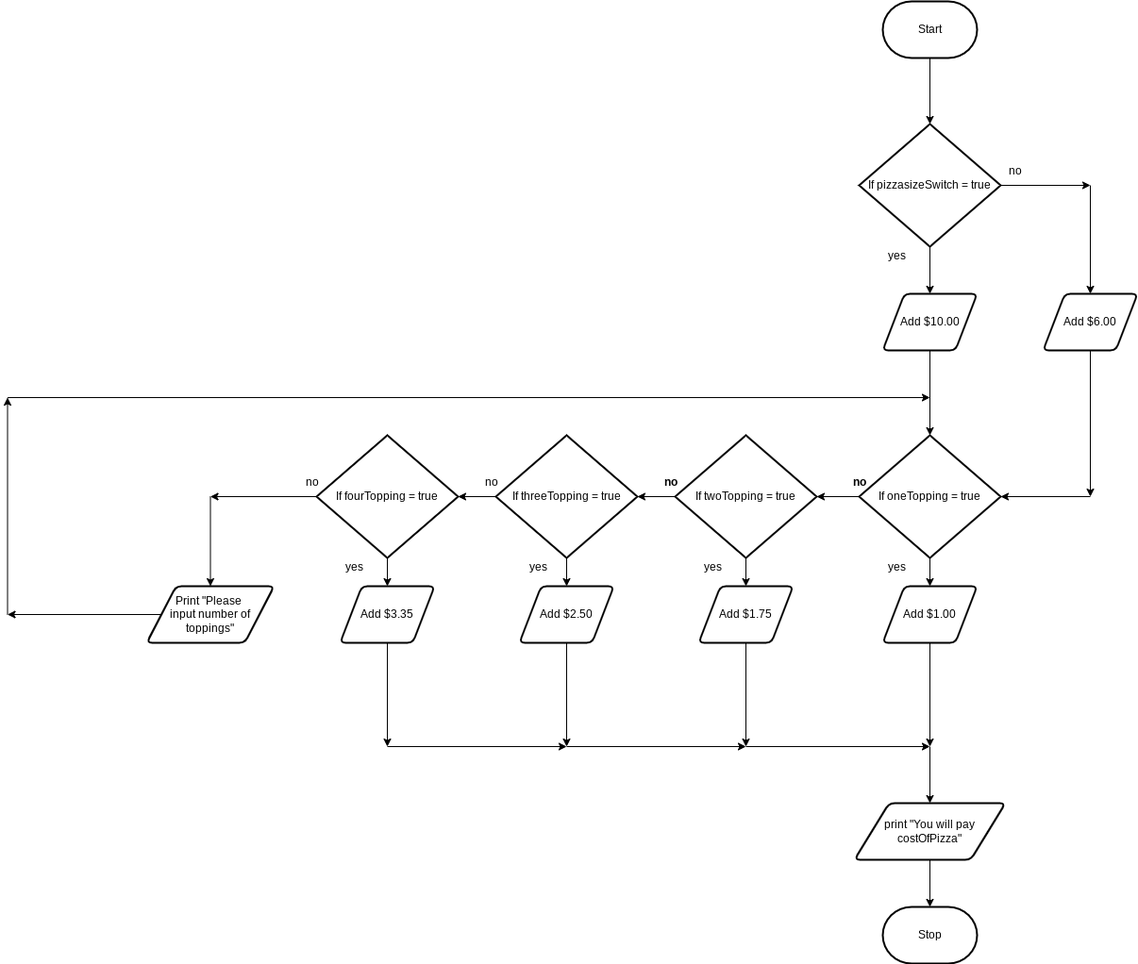
Brayden-Blank/ICS2O-Assignment-4-HTML keeps this draw.io diagram as design/flowchart.png. Above is the earlier version. Source tidied: cells renumbered, new cells last; positions are measured from the earlier drawing's top-left corner, leaving out a move shared by most shapes. Its diagram source:
```xml
<mxGraphModel>
  <root>
    <mxCell id="0" />
    <mxCell id="1" parent="0" />
    <mxCell id="2" style="edgeStyle=none;html=1;" parent="1" edge="1" source="3" target="6">
      <mxGeometry relative="1" as="geometry" />
    </mxCell>
    <mxCell id="3" value="Start" style="strokeWidth=2;html=1;shape=mxgraph.flowchart.terminator;whiteSpace=wrap;" parent="1" vertex="1">
      <mxGeometry x="928" width="100" height="60" as="geometry" />
    </mxCell>
    <mxCell id="4" style="edgeStyle=none;html=1;" parent="1" edge="1" source="6">
      <mxGeometry relative="1" as="geometry">
        <mxPoint x="1148" y="195" as="targetPoint" />
      </mxGeometry>
    </mxCell>
    <mxCell id="5" style="edgeStyle=none;html=1;" parent="1" edge="1" source="6" target="13">
      <mxGeometry relative="1" as="geometry" />
    </mxCell>
    <mxCell id="6" value="If pizzasizeSwitch = true" style="strokeWidth=2;html=1;shape=mxgraph.flowchart.decision;whiteSpace=wrap;" parent="1" vertex="1">
      <mxGeometry x="903" y="130" width="150" height="130" as="geometry" />
    </mxCell>
    <mxCell id="7" style="edgeStyle=none;html=1;" parent="1" edge="1" target="15">
      <mxGeometry relative="1" as="geometry">
        <mxPoint x="1148" y="195" as="sourcePoint" />
      </mxGeometry>
    </mxCell>
    <mxCell id="8" style="edgeStyle=none;html=1;" parent="1" edge="1" source="10" target="19">
      <mxGeometry relative="1" as="geometry" />
    </mxCell>
    <mxCell id="9" style="edgeStyle=none;html=1;" parent="1" edge="1" source="10" target="27">
      <mxGeometry relative="1" as="geometry" />
    </mxCell>
    <mxCell id="10" value="If oneTopping = true" style="strokeWidth=2;html=1;shape=mxgraph.flowchart.decision;whiteSpace=wrap;" parent="1" vertex="1">
      <mxGeometry x="903" y="460" width="150" height="130" as="geometry" />
    </mxCell>
    <mxCell id="11" value="yes" style="text;html=1;align=center;verticalAlign=middle;strokeColor=none;fillColor=none;" parent="1" vertex="1">
      <mxGeometry x="928" y="260" width="30" height="20" as="geometry" />
    </mxCell>
    <mxCell id="12" style="edgeStyle=none;html=1;" parent="1" edge="1" source="13" target="10">
      <mxGeometry relative="1" as="geometry" />
    </mxCell>
    <mxCell id="13" value="Add $10.00" style="shape=parallelogram;html=1;strokeWidth=2;perimeter=parallelogramPerimeter;whiteSpace=wrap;rounded=1;arcSize=12;size=0.23;" parent="1" vertex="1">
      <mxGeometry x="928" y="310" width="100" height="60" as="geometry" />
    </mxCell>
    <mxCell id="14" style="edgeStyle=none;html=1;" parent="1" edge="1" source="15">
      <mxGeometry relative="1" as="geometry">
        <mxPoint x="1148" y="525" as="targetPoint" />
      </mxGeometry>
    </mxCell>
    <mxCell id="15" value="Add $6.00" style="shape=parallelogram;html=1;strokeWidth=2;perimeter=parallelogramPerimeter;whiteSpace=wrap;rounded=1;arcSize=12;size=0.23;" parent="1" vertex="1">
      <mxGeometry x="1098" y="310" width="100" height="60" as="geometry" />
    </mxCell>
    <mxCell id="16" style="edgeStyle=none;html=1;" parent="1" edge="1" target="10">
      <mxGeometry relative="1" as="geometry">
        <mxPoint x="1148" y="525" as="sourcePoint" />
      </mxGeometry>
    </mxCell>
    <mxCell id="17" style="edgeStyle=none;html=1;" parent="1" edge="1" source="19" target="22">
      <mxGeometry relative="1" as="geometry" />
    </mxCell>
    <mxCell id="18" style="edgeStyle=none;html=1;" parent="1" edge="1" source="19" target="29">
      <mxGeometry relative="1" as="geometry" />
    </mxCell>
    <mxCell id="19" value="If twoTopping = true" style="strokeWidth=2;html=1;shape=mxgraph.flowchart.decision;whiteSpace=wrap;" parent="1" vertex="1">
      <mxGeometry x="708" y="460" width="150" height="130" as="geometry" />
    </mxCell>
    <mxCell id="20" style="edgeStyle=none;html=1;" parent="1" edge="1" source="22" target="25">
      <mxGeometry relative="1" as="geometry" />
    </mxCell>
    <mxCell id="21" style="edgeStyle=none;html=1;" parent="1" edge="1" source="22" target="31">
      <mxGeometry relative="1" as="geometry" />
    </mxCell>
    <mxCell id="22" value="If threeTopping = true" style="strokeWidth=2;html=1;shape=mxgraph.flowchart.decision;whiteSpace=wrap;" parent="1" vertex="1">
      <mxGeometry x="518" y="460" width="150" height="130" as="geometry" />
    </mxCell>
    <mxCell id="23" style="edgeStyle=none;html=1;" parent="1" edge="1" source="25">
      <mxGeometry relative="1" as="geometry">
        <mxPoint x="215.5" y="525" as="targetPoint" />
      </mxGeometry>
    </mxCell>
    <mxCell id="24" style="edgeStyle=none;html=1;" parent="1" edge="1" source="25" target="33">
      <mxGeometry relative="1" as="geometry" />
    </mxCell>
    <mxCell id="25" value="If fourTopping = true" style="strokeWidth=2;html=1;shape=mxgraph.flowchart.decision;whiteSpace=wrap;" parent="1" vertex="1">
      <mxGeometry x="328" y="460" width="150" height="130" as="geometry" />
    </mxCell>
    <mxCell id="26" style="edgeStyle=none;html=1;" parent="1" edge="1" source="27">
      <mxGeometry relative="1" as="geometry">
        <mxPoint x="978" y="790" as="targetPoint" />
      </mxGeometry>
    </mxCell>
    <mxCell id="27" value="Add $1.00" style="shape=parallelogram;html=1;strokeWidth=2;perimeter=parallelogramPerimeter;whiteSpace=wrap;rounded=1;arcSize=12;size=0.23;" parent="1" vertex="1">
      <mxGeometry x="928" y="620" width="100" height="60" as="geometry" />
    </mxCell>
    <mxCell id="28" style="edgeStyle=none;html=1;" parent="1" edge="1" source="29">
      <mxGeometry relative="1" as="geometry">
        <mxPoint x="783" y="790" as="targetPoint" />
      </mxGeometry>
    </mxCell>
    <mxCell id="29" value="Add $1.75" style="shape=parallelogram;html=1;strokeWidth=2;perimeter=parallelogramPerimeter;whiteSpace=wrap;rounded=1;arcSize=12;size=0.23;" parent="1" vertex="1">
      <mxGeometry x="733" y="620" width="100" height="60" as="geometry" />
    </mxCell>
    <mxCell id="30" style="edgeStyle=none;html=1;" parent="1" edge="1" source="31">
      <mxGeometry relative="1" as="geometry">
        <mxPoint x="593" y="790" as="targetPoint" />
      </mxGeometry>
    </mxCell>
    <mxCell id="31" value="Add $2.50" style="shape=parallelogram;html=1;strokeWidth=2;perimeter=parallelogramPerimeter;whiteSpace=wrap;rounded=1;arcSize=12;size=0.23;" parent="1" vertex="1">
      <mxGeometry x="543" y="620" width="100" height="60" as="geometry" />
    </mxCell>
    <mxCell id="32" style="edgeStyle=none;html=1;" parent="1" edge="1" source="33">
      <mxGeometry relative="1" as="geometry">
        <mxPoint x="403" y="790" as="targetPoint" />
      </mxGeometry>
    </mxCell>
    <mxCell id="33" value="Add $3.35" style="shape=parallelogram;html=1;strokeWidth=2;perimeter=parallelogramPerimeter;whiteSpace=wrap;rounded=1;arcSize=12;size=0.23;" parent="1" vertex="1">
      <mxGeometry x="353" y="620" width="100" height="60" as="geometry" />
    </mxCell>
    <mxCell id="34" style="edgeStyle=none;html=1;" parent="1" edge="1" source="35">
      <mxGeometry relative="1" as="geometry">
        <mxPoint x="0.5" y="650" as="targetPoint" />
      </mxGeometry>
    </mxCell>
    <mxCell id="35" value="Print &quot;Please &lt;br&gt;input number of toppings&quot;" style="shape=parallelogram;html=1;strokeWidth=2;perimeter=parallelogramPerimeter;whiteSpace=wrap;rounded=1;arcSize=12;size=0.23;" parent="1" vertex="1">
      <mxGeometry x="148" y="620" width="135" height="60" as="geometry" />
    </mxCell>
    <mxCell id="36" style="edgeStyle=none;html=1;" parent="1" edge="1" target="35">
      <mxGeometry relative="1" as="geometry">
        <mxPoint x="215.5" y="525" as="sourcePoint" />
      </mxGeometry>
    </mxCell>
    <mxCell id="37" value="no" style="text;html=1;align=center;verticalAlign=middle;strokeColor=none;fillColor=none;" parent="1" vertex="1">
      <mxGeometry x="308" y="500" width="30" height="20" as="geometry" />
    </mxCell>
    <mxCell id="38" value="no" style="text;html=1;align=center;verticalAlign=middle;strokeColor=none;fillColor=none;" parent="1" vertex="1">
      <mxGeometry x="498" y="500" width="30" height="20" as="geometry" />
    </mxCell>
    <mxCell id="39" value="no" style="text;html=1;align=center;verticalAlign=middle;strokeColor=none;fillColor=none;fontStyle=1;" parent="1" vertex="1">
      <mxGeometry x="688" y="500" width="30" height="20" as="geometry" />
    </mxCell>
    <mxCell id="40" value="no" style="text;html=1;align=center;verticalAlign=middle;strokeColor=none;fillColor=none;fontStyle=1;" parent="1" vertex="1">
      <mxGeometry x="888" y="500" width="30" height="20" as="geometry" />
    </mxCell>
    <mxCell id="41" value="yes" style="text;html=1;align=center;verticalAlign=middle;strokeColor=none;fillColor=none;" parent="1" vertex="1">
      <mxGeometry x="353" y="590" width="30" height="20" as="geometry" />
    </mxCell>
    <mxCell id="42" value="yes" style="text;html=1;align=center;verticalAlign=middle;strokeColor=none;fillColor=none;" parent="1" vertex="1">
      <mxGeometry x="548" y="590" width="30" height="20" as="geometry" />
    </mxCell>
    <mxCell id="43" value="yes" style="text;html=1;align=center;verticalAlign=middle;strokeColor=none;fillColor=none;" parent="1" vertex="1">
      <mxGeometry x="733" y="590" width="30" height="20" as="geometry" />
    </mxCell>
    <mxCell id="44" value="yes" style="text;html=1;align=center;verticalAlign=middle;strokeColor=none;fillColor=none;" parent="1" vertex="1">
      <mxGeometry x="928" y="590" width="30" height="20" as="geometry" />
    </mxCell>
    <mxCell id="45" style="edgeStyle=none;html=1;" parent="1" edge="1">
      <mxGeometry relative="1" as="geometry">
        <mxPoint x="403" y="790" as="sourcePoint" />
        <mxPoint x="593" y="790" as="targetPoint" />
      </mxGeometry>
    </mxCell>
    <mxCell id="46" style="edgeStyle=none;html=1;" parent="1" edge="1">
      <mxGeometry relative="1" as="geometry">
        <mxPoint x="593" y="790" as="sourcePoint" />
        <mxPoint x="783" y="790" as="targetPoint" />
      </mxGeometry>
    </mxCell>
    <mxCell id="47" style="edgeStyle=none;html=1;" parent="1" edge="1">
      <mxGeometry relative="1" as="geometry">
        <mxPoint x="783" y="790" as="sourcePoint" />
        <mxPoint x="978" y="790" as="targetPoint" />
      </mxGeometry>
    </mxCell>
    <mxCell id="48" style="edgeStyle=none;html=1;" parent="1" edge="1" target="51">
      <mxGeometry relative="1" as="geometry">
        <mxPoint x="978" y="790" as="sourcePoint" />
      </mxGeometry>
    </mxCell>
    <mxCell id="49" value="Stop" style="strokeWidth=2;html=1;shape=mxgraph.flowchart.terminator;whiteSpace=wrap;" parent="1" vertex="1">
      <mxGeometry x="928" y="960" width="100" height="60" as="geometry" />
    </mxCell>
    <mxCell id="50" style="edgeStyle=none;html=1;" parent="1" edge="1" source="51" target="49">
      <mxGeometry relative="1" as="geometry" />
    </mxCell>
    <mxCell id="51" value="&lt;span&gt;print &quot;You will pay costOfPizza&quot;&lt;/span&gt;" style="shape=parallelogram;html=1;strokeWidth=2;perimeter=parallelogramPerimeter;whiteSpace=wrap;rounded=1;arcSize=12;size=0.23;" parent="1" vertex="1">
      <mxGeometry x="898" y="850" width="160" height="60" as="geometry" />
    </mxCell>
    <mxCell id="52" value="no" style="text;html=1;align=center;verticalAlign=middle;strokeColor=none;fillColor=none;" parent="1" vertex="1">
      <mxGeometry x="1053" y="170" width="30" height="20" as="geometry" />
    </mxCell>
    <mxCell id="53" style="edgeStyle=none;html=1;" parent="1" edge="1">
      <mxGeometry relative="1" as="geometry">
        <mxPoint x="0.5" y="650" as="sourcePoint" />
        <mxPoint x="0.5" y="420" as="targetPoint" />
      </mxGeometry>
    </mxCell>
    <mxCell id="54" style="edgeStyle=none;html=1;" parent="1" edge="1">
      <mxGeometry relative="1" as="geometry">
        <mxPoint x="0.5" y="420" as="sourcePoint" />
        <mxPoint x="978" y="420" as="targetPoint" />
      </mxGeometry>
    </mxCell>
  </root>
</mxGraphModel>
```
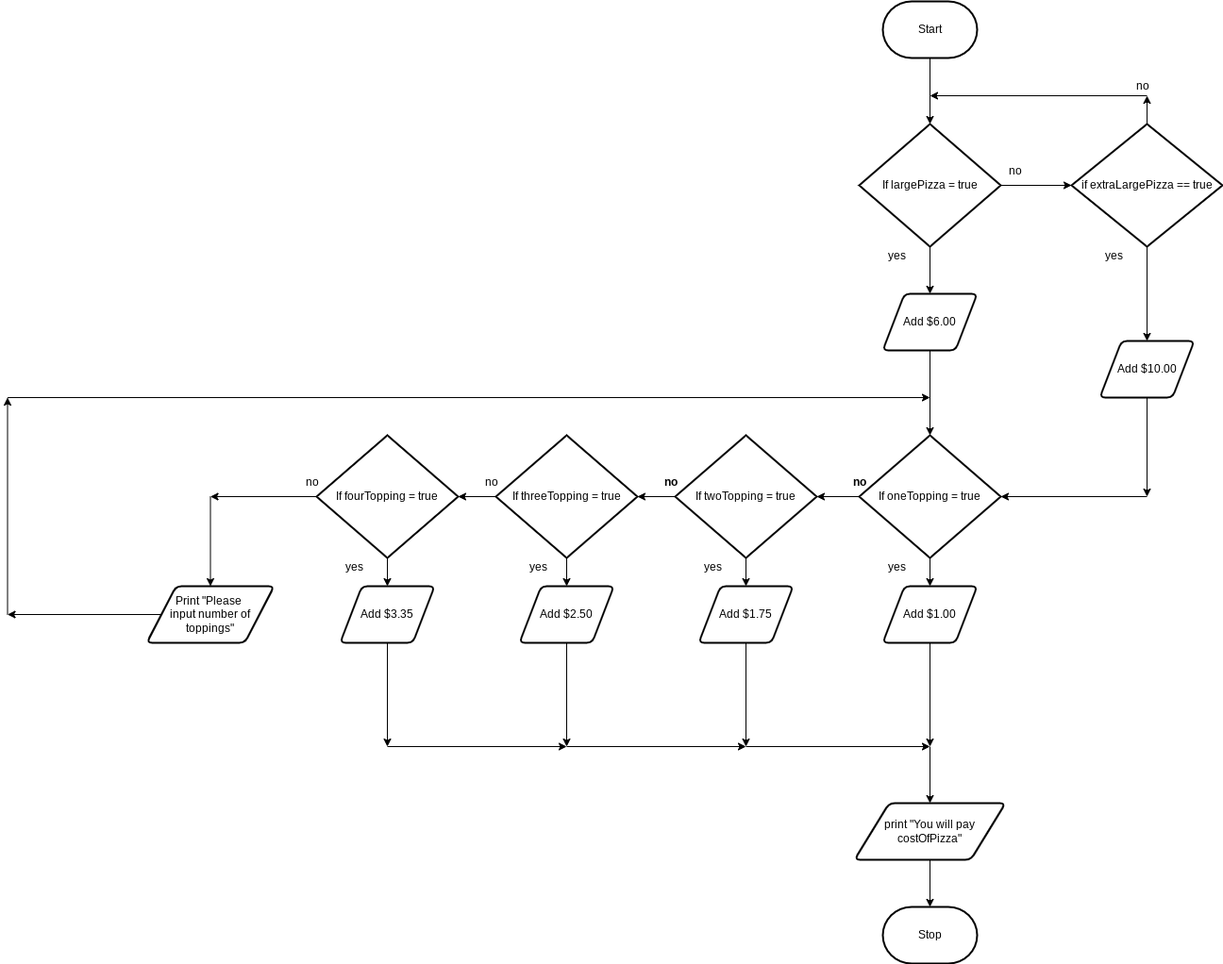
After the change.

The edit, as a diff of the source:
```diff
@@ -8,22 +8,15 @@
     <mxCell id="3" value="Start" style="strokeWidth=2;html=1;shape=mxgraph.flowchart.terminator;whiteSpace=wrap;" parent="1" vertex="1">
       <mxGeometry x="928" width="100" height="60" as="geometry" />
     </mxCell>
-    <mxCell id="4" style="edgeStyle=none;html=1;" parent="1" edge="1" source="6">
-      <mxGeometry relative="1" as="geometry">
-        <mxPoint x="1148" y="195" as="targetPoint" />
-      </mxGeometry>
-    </mxCell>
     <mxCell id="5" style="edgeStyle=none;html=1;" parent="1" edge="1" source="6" target="13">
       <mxGeometry relative="1" as="geometry" />
     </mxCell>
+    <mxCell id="55" style="edgeStyle=none;html=1;" parent="1" edge="1" source="6" target="58">
+      <mxGeometry relative="1" as="geometry" />
+    </mxCell>
-    <mxCell id="6" value="If pizzasizeSwitch = true" style="strokeWidth=2;html=1;shape=mxgraph.flowchart.decision;whiteSpace=wrap;" parent="1" vertex="1">
+    <mxCell id="6" value="If largePizza = true" style="strokeWidth=2;html=1;shape=mxgraph.flowchart.decision;whiteSpace=wrap;" parent="1" vertex="1">
       <mxGeometry x="903" y="130" width="150" height="130" as="geometry" />
     </mxCell>
-    <mxCell id="7" style="edgeStyle=none;html=1;" parent="1" edge="1" target="15">
-      <mxGeometry relative="1" as="geometry">
-        <mxPoint x="1148" y="195" as="sourcePoint" />
-      </mxGeometry>
-    </mxCell>
     <mxCell id="8" style="edgeStyle=none;html=1;" parent="1" edge="1" source="10" target="19">
       <mxGeometry relative="1" as="geometry" />
     </mxCell>
@@ -39,20 +32,20 @@
     <mxCell id="12" style="edgeStyle=none;html=1;" parent="1" edge="1" source="13" target="10">
       <mxGeometry relative="1" as="geometry" />
     </mxCell>
-    <mxCell id="13" value="Add $10.00" style="shape=parallelogram;html=1;strokeWidth=2;perimeter=parallelogramPerimeter;whiteSpace=wrap;rounded=1;arcSize=12;size=0.23;" parent="1" vertex="1">
+    <mxCell id="13" value="Add $6.00" style="shape=parallelogram;html=1;strokeWidth=2;perimeter=parallelogramPerimeter;whiteSpace=wrap;rounded=1;arcSize=12;size=0.23;" parent="1" vertex="1">
       <mxGeometry x="928" y="310" width="100" height="60" as="geometry" />
     </mxCell>
     <mxCell id="14" style="edgeStyle=none;html=1;" parent="1" edge="1" source="15">
       <mxGeometry relative="1" as="geometry">
-        <mxPoint x="1148" y="525" as="targetPoint" />
+        <mxPoint x="1208" y="525" as="targetPoint" />
       </mxGeometry>
     </mxCell>
-    <mxCell id="15" value="Add $6.00" style="shape=parallelogram;html=1;strokeWidth=2;perimeter=parallelogramPerimeter;whiteSpace=wrap;rounded=1;arcSize=12;size=0.23;" parent="1" vertex="1">
-      <mxGeometry x="1098" y="310" width="100" height="60" as="geometry" />
+    <mxCell id="15" value="Add $10.00" style="shape=parallelogram;html=1;strokeWidth=2;perimeter=parallelogramPerimeter;whiteSpace=wrap;rounded=1;arcSize=12;size=0.23;" parent="1" vertex="1">
+      <mxGeometry x="1158" y="360" width="100" height="60" as="geometry" />
     </mxCell>
     <mxCell id="16" style="edgeStyle=none;html=1;" parent="1" edge="1" target="10">
       <mxGeometry relative="1" as="geometry">
-        <mxPoint x="1148" y="525" as="sourcePoint" />
+        <mxPoint x="1208" y="525" as="sourcePoint" />
       </mxGeometry>
     </mxCell>
     <mxCell id="17" style="edgeStyle=none;html=1;" parent="1" edge="1" source="19" target="22">
@@ -200,5 +193,28 @@
         <mxPoint x="978" y="420" as="targetPoint" />
       </mxGeometry>
     </mxCell>
+    <mxCell id="56" style="edgeStyle=none;html=1;" parent="1" edge="1" source="58" target="15">
+      <mxGeometry relative="1" as="geometry" />
+    </mxCell>
+    <mxCell id="57" style="edgeStyle=none;html=1;" parent="1" edge="1" source="58">
+      <mxGeometry relative="1" as="geometry">
+        <mxPoint x="1208" y="100" as="targetPoint" />
+      </mxGeometry>
+    </mxCell>
+    <mxCell id="58" value="if extraLargePizza == true" style="strokeWidth=2;html=1;shape=mxgraph.flowchart.decision;whiteSpace=wrap;" parent="1" vertex="1">
+      <mxGeometry x="1128" y="130" width="160" height="130" as="geometry" />
+    </mxCell>
+    <mxCell id="59" value="yes" style="text;html=1;align=center;verticalAlign=middle;strokeColor=none;fillColor=none;" parent="1" vertex="1">
+      <mxGeometry x="1158" y="260" width="30" height="20" as="geometry" />
+    </mxCell>
+    <mxCell id="60" value="no" style="text;html=1;align=center;verticalAlign=middle;strokeColor=none;fillColor=none;" parent="1" vertex="1">
+      <mxGeometry x="1188" y="80" width="30" height="20" as="geometry" />
+    </mxCell>
+    <mxCell id="61" style="edgeStyle=none;html=1;" parent="1" edge="1">
+      <mxGeometry relative="1" as="geometry">
+        <mxPoint x="1208" y="100" as="sourcePoint" />
+        <mxPoint x="978" y="100" as="targetPoint" />
+      </mxGeometry>
+    </mxCell>
   </root>
 </mxGraphModel>
```
